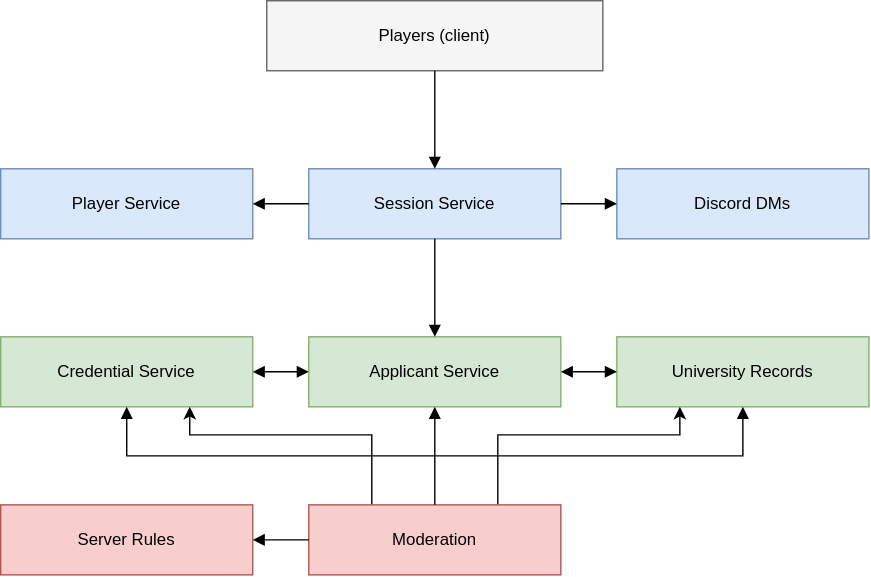
This is architecture_diagram.svg from AnastasiaT18/pad-team-17-student-id-please, a draw.io export, as it was before one commit. Source tidied: cells renumbered, new cells last; positions are measured from the earlier drawing's top-left corner, leaving out a move shared by most shapes. The source it was exported from:
```xml
<mxGraphModel>
  <root>
    <mxCell id="0" />
    <mxCell id="1" parent="0" />
    <mxCell id="2" value="Players (client)" style="rounded=0;whiteSpace=wrap;html=1;fillColor=#f5f5f5;strokeColor=#666666;" parent="1" vertex="1">
      <mxGeometry x="190" width="240" height="50" as="geometry" />
    </mxCell>
    <mxCell id="3" value="Player Service" style="rounded=0;whiteSpace=wrap;html=1;fillColor=#dae8fc;strokeColor=#6c8ebf;" parent="1" vertex="1">
      <mxGeometry y="120" width="180" height="50" as="geometry" />
    </mxCell>
    <mxCell id="4" value="Session Service" style="rounded=0;whiteSpace=wrap;html=1;fillColor=#dae8fc;strokeColor=#6c8ebf;" parent="1" vertex="1">
      <mxGeometry x="220" y="120" width="180" height="50" as="geometry" />
    </mxCell>
    <mxCell id="5" value="Discord DMs" style="rounded=0;whiteSpace=wrap;html=1;fillColor=#dae8fc;strokeColor=#6c8ebf;" parent="1" vertex="1">
      <mxGeometry x="440" y="120" width="180" height="50" as="geometry" />
    </mxCell>
    <mxCell id="6" value="Credential Service" style="rounded=0;whiteSpace=wrap;html=1;fillColor=#d5e8d4;strokeColor=#82b366;" parent="1" vertex="1">
      <mxGeometry y="240" width="180" height="50" as="geometry" />
    </mxCell>
    <mxCell id="7" value="Applicant Service" style="rounded=0;whiteSpace=wrap;html=1;fillColor=#d5e8d4;strokeColor=#82b366;" parent="1" vertex="1">
      <mxGeometry x="220" y="240" width="180" height="50" as="geometry" />
    </mxCell>
    <mxCell id="8" value="University Records" style="rounded=0;whiteSpace=wrap;html=1;fillColor=#d5e8d4;strokeColor=#82b366;" parent="1" vertex="1">
      <mxGeometry x="440" y="240" width="180" height="50" as="geometry" />
    </mxCell>
    <mxCell id="9" value="Server Rules" style="rounded=0;whiteSpace=wrap;html=1;fillColor=#f8cecc;strokeColor=#b85450;" parent="1" vertex="1">
      <mxGeometry y="360" width="180" height="50" as="geometry" />
    </mxCell>
    <mxCell id="10" style="edgeStyle=orthogonalEdgeStyle;rounded=0;jettySize=auto;html=1;exitX=0.25;exitY=0;exitDx=0;exitDy=0;entryX=0.75;entryY=1;entryDx=0;entryDy=0;" parent="1" edge="1" source="12" target="6">
      <mxGeometry relative="1" as="geometry">
        <Array as="points">
          <mxPoint x="265" y="310" />
          <mxPoint x="135" y="310" />
        </Array>
      </mxGeometry>
    </mxCell>
    <mxCell id="11" style="edgeStyle=orthogonalEdgeStyle;rounded=0;jettySize=auto;html=1;exitX=0.75;exitY=0;exitDx=0;exitDy=0;entryX=0.25;entryY=1;entryDx=0;entryDy=0;" parent="1" edge="1" source="12" target="8">
      <mxGeometry relative="1" as="geometry">
        <Array as="points">
          <mxPoint x="355" y="310" />
          <mxPoint x="485" y="310" />
        </Array>
      </mxGeometry>
    </mxCell>
    <mxCell id="12" value="Moderation" style="rounded=0;whiteSpace=wrap;html=1;fillColor=#f8cecc;strokeColor=#b85450;" parent="1" vertex="1">
      <mxGeometry x="220" y="360" width="180" height="50" as="geometry" />
    </mxCell>
    <mxCell id="13" style="edgeStyle=orthogonalEdgeStyle;rounded=0;html=1;endArrow=block;exitX=0.5;exitY=1;entryX=0.5;entryY=0;" parent="1" edge="1" source="2" target="4">
      <mxGeometry relative="1" as="geometry" />
    </mxCell>
    <mxCell id="14" style="edgeStyle=orthogonalEdgeStyle;rounded=0;html=1;endArrow=block;exitX=0;exitY=0.5;entryX=1;entryY=0.5;" parent="1" edge="1" source="4" target="3">
      <mxGeometry relative="1" as="geometry" />
    </mxCell>
    <mxCell id="15" style="edgeStyle=orthogonalEdgeStyle;rounded=0;html=1;endArrow=block;exitX=1;exitY=0.5;entryX=0;entryY=0.5;" parent="1" edge="1" source="4" target="5">
      <mxGeometry relative="1" as="geometry" />
    </mxCell>
    <mxCell id="16" style="edgeStyle=orthogonalEdgeStyle;rounded=0;html=1;endArrow=block;exitX=0.5;exitY=1;entryX=0.5;entryY=0;" parent="1" edge="1" source="4" target="7">
      <mxGeometry relative="1" as="geometry" />
    </mxCell>
    <mxCell id="17" style="edgeStyle=orthogonalEdgeStyle;rounded=0;html=1;startArrow=block;endArrow=block;exitX=0;exitY=0.5;entryX=1;entryY=0.5;" parent="1" edge="1" source="7" target="6">
      <mxGeometry relative="1" as="geometry" />
    </mxCell>
    <mxCell id="18" style="edgeStyle=orthogonalEdgeStyle;rounded=0;html=1;startArrow=block;endArrow=block;exitX=1;exitY=0.5;entryX=0;entryY=0.5;" parent="1" edge="1" source="7" target="8">
      <mxGeometry relative="1" as="geometry" />
    </mxCell>
    <mxCell id="19" style="edgeStyle=orthogonalEdgeStyle;rounded=0;html=1;startArrow=block;endArrow=block;exitX=0.5;exitY=1;entryX=0.5;entryY=1;" parent="1" edge="1" source="6" target="8">
      <mxGeometry relative="1" as="geometry">
        <Array as="points">
          <mxPoint x="90" y="325" />
          <mxPoint x="530" y="325" />
        </Array>
      </mxGeometry>
    </mxCell>
    <mxCell id="20" style="edgeStyle=orthogonalEdgeStyle;rounded=0;html=1;endArrow=block;exitX=0;exitY=0.5;entryX=1;entryY=0.5;" parent="1" edge="1" source="12" target="9">
      <mxGeometry relative="1" as="geometry" />
    </mxCell>
    <mxCell id="21" style="edgeStyle=orthogonalEdgeStyle;rounded=0;html=1;endArrow=block;exitX=0.5;exitY=0;entryX=0.5;entryY=1;" parent="1" edge="1" source="12" target="7">
      <mxGeometry relative="1" as="geometry" />
    </mxCell>
  </root>
</mxGraphModel>
```
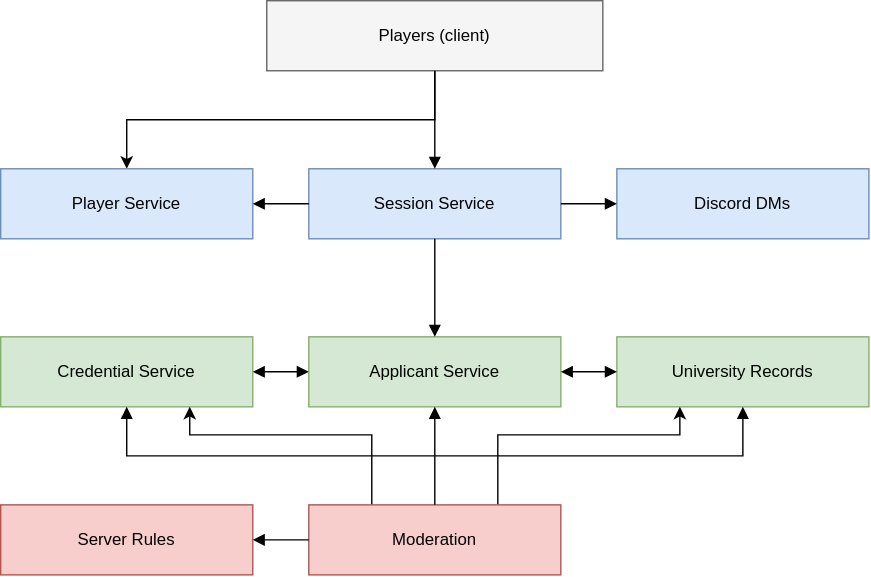
After the change.

Commit message:
Add error responses for Player and Session service endpoints

Diff of the diagram source:
```diff
@@ -2,6 +2,9 @@
   <root>
     <mxCell id="0" />
     <mxCell id="1" parent="0" />
+    <mxCell id="22" style="edgeStyle=orthogonalEdgeStyle;rounded=0;jettySize=auto;html=1;exitX=0.5;exitY=1;exitDx=0;exitDy=0;entryX=0.5;entryY=0;entryDx=0;entryDy=0;" parent="1" edge="1" source="2" target="3">
+      <mxGeometry relative="1" as="geometry" />
+    </mxCell>
     <mxCell id="2" value="Players (client)" style="rounded=0;whiteSpace=wrap;html=1;fillColor=#f5f5f5;strokeColor=#666666;" parent="1" vertex="1">
       <mxGeometry x="190" width="240" height="50" as="geometry" />
     </mxCell>
```
